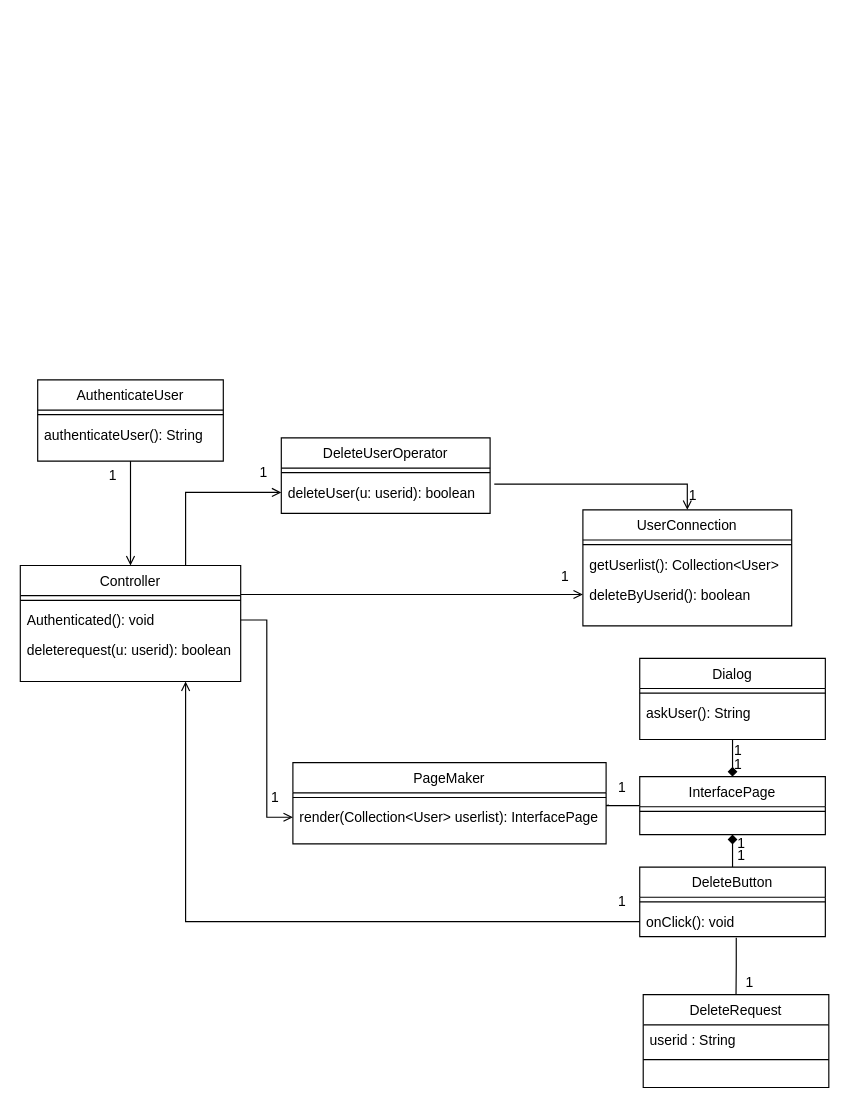
cau-sw-engineering-2021/online-pizza-ordering-system keeps this draw.io diagram as docs/SubgroupB_management/objSqncDiagram/deleteuserClassDiagram.drawio. Above is the earlier version. Source tidied: cells renumbered, new cells numbered last; positions are measured from the earlier drawing's top-left corner, leaving out a move shared by most shapes. Both pictures are drawn from the tidied source at 116%, with x=0, y=0 at pixel (20, 379).
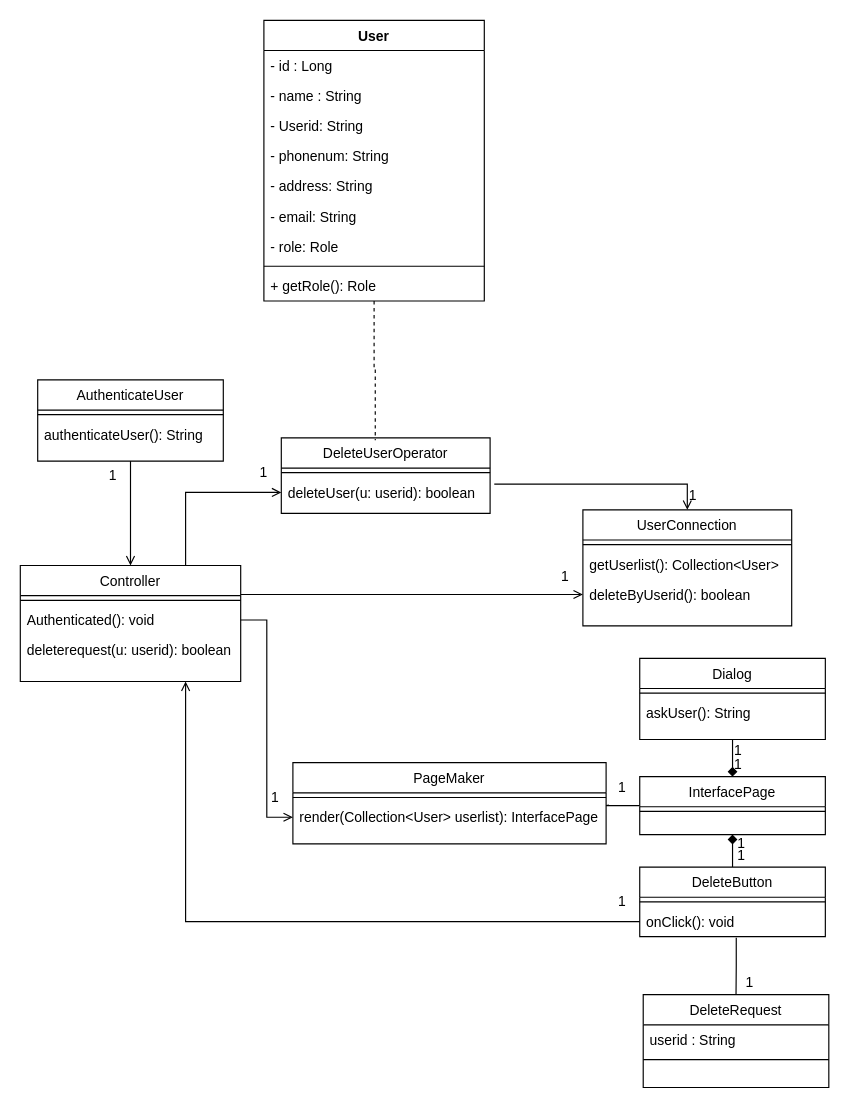
Above is the later version.

Commit message:
Update DeleteUser Classdiagram

The change refers to these unchanged cells:
```xml
<mxCell id="23" value="DeleteUserOperator" style="swimlane;fontStyle=0;align=center;verticalAlign=top;horizontal=1;startSize=26;rounded=0;shadow=0;strokeWidth=1;" parent="1" vertex="1">
  <mxGeometry x="225" y="50" width="180" height="65" as="geometry" />
</mxCell>
```

The edit, as a diff of the source:
```diff
@@
+    <mxCell id="52" style="edgeStyle=orthogonalEdgeStyle;rounded=0;jettySize=auto;html=1;entryX=0.45;entryY=0.031;entryDx=0;entryDy=0;entryPerimeter=0;endArrow=none;endFill=0;dashed=1;" parent="1" edge="1" source="53" target="23">
+      <mxGeometry relative="1" as="geometry" />
+    </mxCell>
+    <mxCell id="53" value="User" style="swimlane;fontStyle=1;align=center;verticalAlign=top;horizontal=1;startSize=26;" parent="1" vertex="1">
+      <mxGeometry x="210" y="-310" width="190" height="242" as="geometry" />
+    </mxCell>
+    <mxCell id="54" value="- id : Long" style="text;strokeColor=none;fillColor=none;align=left;verticalAlign=top;spacingLeft=4;spacingRight=4;overflow=hidden;" parent="53" vertex="1">
+      <mxGeometry y="26" width="190" height="26" as="geometry" />
+    </mxCell>
+    <mxCell id="55" value="- name : String" style="text;strokeColor=none;fillColor=none;align=left;verticalAlign=top;spacingLeft=4;spacingRight=4;overflow=hidden;" parent="53" vertex="1">
+      <mxGeometry y="52" width="190" height="26" as="geometry" />
+    </mxCell>
+    <mxCell id="56" value="- Userid: String" style="text;strokeColor=none;fillColor=none;align=left;verticalAlign=top;spacingLeft=4;spacingRight=4;overflow=hidden;" parent="53" vertex="1">
+      <mxGeometry y="78" width="190" height="26" as="geometry" />
+    </mxCell>
+    <mxCell id="57" value="- phonenum: String" style="text;strokeColor=none;fillColor=none;align=left;verticalAlign=top;spacingLeft=4;spacingRight=4;overflow=hidden;" parent="53" vertex="1">
+      <mxGeometry y="104" width="190" height="26" as="geometry" />
+    </mxCell>
+    <mxCell id="58" value="- address: String" style="text;strokeColor=none;fillColor=none;align=left;verticalAlign=top;spacingLeft=4;spacingRight=4;overflow=hidden;" parent="53" vertex="1">
+      <mxGeometry y="130" width="190" height="26" as="geometry" />
+    </mxCell>
+    <mxCell id="59" value="- email: String" style="text;strokeColor=none;fillColor=none;align=left;verticalAlign=top;spacingLeft=4;spacingRight=4;overflow=hidden;" parent="53" vertex="1">
+      <mxGeometry y="156" width="190" height="26" as="geometry" />
+    </mxCell>
+    <mxCell id="60" value="- role: Role" style="text;strokeColor=none;fillColor=none;align=left;verticalAlign=top;spacingLeft=4;spacingRight=4;overflow=hidden;" parent="53" vertex="1">
+      <mxGeometry y="182" width="190" height="26" as="geometry" />
+    </mxCell>
+    <mxCell id="61" style="line;strokeWidth=1;fillColor=none;align=left;verticalAlign=middle;spacingTop=-1;spacingLeft=3;spacingRight=3;labelPosition=right;" parent="53" vertex="1">
+      <mxGeometry y="208" width="190" height="8" as="geometry" />
+    </mxCell>
+    <mxCell id="62" value="+ getRole(): Role" style="text;strokeColor=none;fillColor=none;align=left;verticalAlign=top;spacingLeft=4;spacingRight=4;overflow=hidden;" parent="53" vertex="1">
+      <mxGeometry y="216" width="190" height="26" as="geometry" />
+    </mxCell>
```
